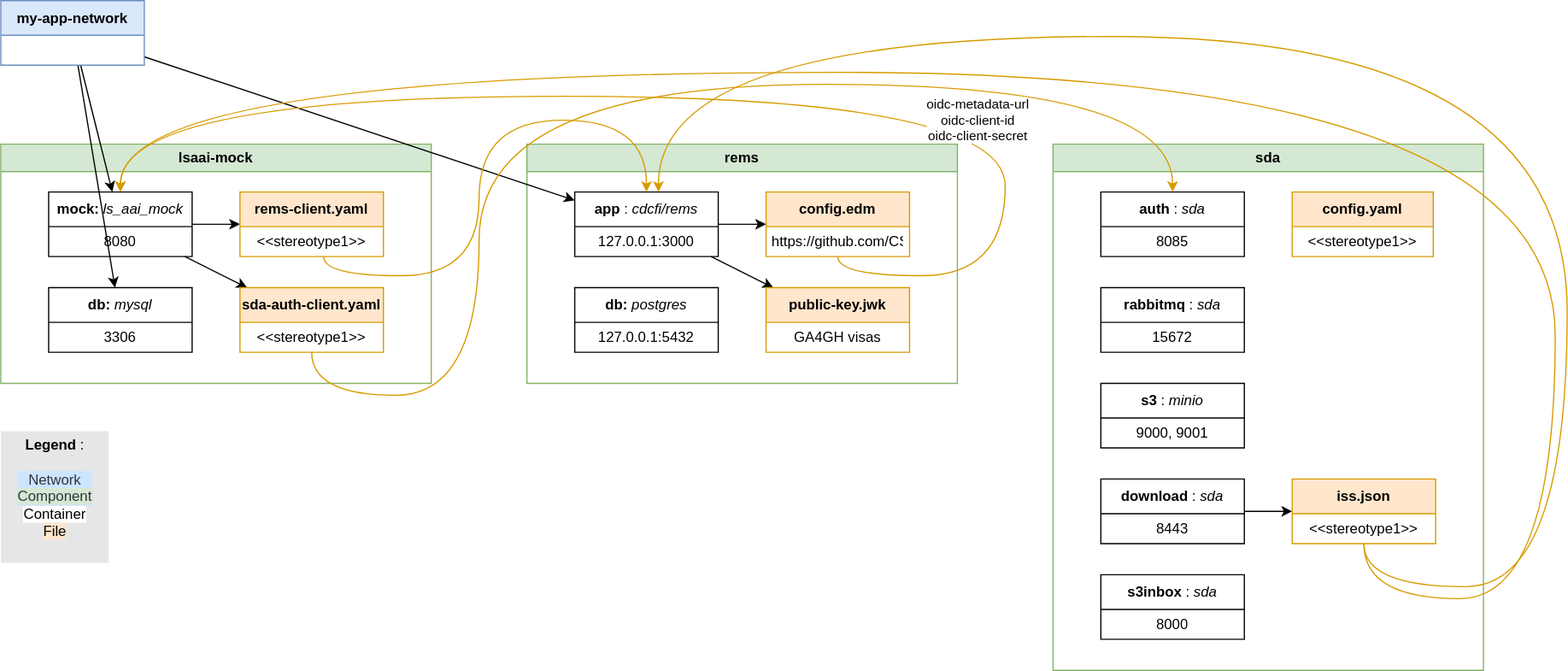
This is diagram.drawio.svg from WIFORCE/starter-kit-deployment, a draw.io export, as it was before one commit. Source tidied: cells renumbered, new cells last; positions are measured from the earlier drawing's top-left corner, leaving out a move shared by most shapes. Its diagram source:
```xml
<mxGraphModel>
  <root>
    <mxCell id="0" />
    <mxCell id="1" parent="0" />
    <mxCell id="2" value="rems" style="swimlane;whiteSpace=wrap;html=1;fillColor=#d5e8d4;strokeColor=#82b366;" parent="1" vertex="1">
      <mxGeometry x="440" y="120" width="360" height="200" as="geometry" />
    </mxCell>
    <mxCell id="3" style="edgeStyle=none;html=1;" parent="2" edge="1" source="5" target="9">
      <mxGeometry relative="1" as="geometry" />
    </mxCell>
    <mxCell id="4" style="edgeStyle=none;html=1;" parent="2" edge="1" source="5" target="11">
      <mxGeometry relative="1" as="geometry" />
    </mxCell>
    <mxCell id="5" value="app&lt;span style=&quot;font-weight: 400;&quot;&gt;: &lt;i&gt;cdcfi/rems&lt;/i&gt;&lt;/span&gt;" style="swimlane;fontStyle=1;align=center;verticalAlign=middle;horizontal=1;startSize=29;html=1;whiteSpace=wrap;" parent="2" vertex="1">
      <mxGeometry x="40" y="40" width="120" height="54" as="geometry" />
    </mxCell>
    <mxCell id="6" value="127.0.0.1:3000" style="text;html=1;strokeColor=none;fillColor=none;align=center;verticalAlign=middle;spacingLeft=4;spacingRight=4;overflow=hidden;whiteSpace=wrap;" parent="5" vertex="1">
      <mxGeometry y="29" width="120" height="25" as="geometry" />
    </mxCell>
    <mxCell id="7" value="db: &lt;span style=&quot;font-weight: normal;&quot;&gt;&lt;i&gt;postgres&lt;/i&gt;&lt;/span&gt;" style="swimlane;fontStyle=1;align=center;verticalAlign=middle;horizontal=1;startSize=29;html=1;whiteSpace=wrap;" parent="2" vertex="1">
      <mxGeometry x="40" y="120" width="120" height="54" as="geometry" />
    </mxCell>
    <mxCell id="8" value="127.0.0.1:5432" style="text;html=1;strokeColor=none;fillColor=none;align=center;verticalAlign=middle;spacingLeft=4;spacingRight=4;overflow=hidden;whiteSpace=wrap;" parent="7" vertex="1">
      <mxGeometry y="29" width="120" height="25" as="geometry" />
    </mxCell>
    <mxCell id="9" value="config.edm" style="swimlane;fontStyle=1;align=center;verticalAlign=middle;horizontal=1;startSize=29;html=1;whiteSpace=wrap;fillColor=#ffe6cc;strokeColor=#d79b00;" parent="2" vertex="1">
      <mxGeometry x="200" y="40" width="120" height="54" as="geometry" />
    </mxCell>
    <mxCell id="10" value="https://github.com/CSCfi/rems/blob/master/docs/configuration.md" style="text;html=1;strokeColor=none;fillColor=none;align=center;verticalAlign=middle;spacingLeft=4;spacingRight=4;overflow=hidden;whiteSpace=wrap;" parent="9" vertex="1">
      <mxGeometry y="29" width="120" height="25" as="geometry" />
    </mxCell>
    <mxCell id="11" value="public-key.jwk" style="swimlane;fontStyle=1;align=center;verticalAlign=middle;horizontal=1;startSize=29;html=1;whiteSpace=wrap;fillColor=#ffe6cc;strokeColor=#d79b00;" parent="2" vertex="1">
      <mxGeometry x="200" y="120" width="120" height="54" as="geometry" />
    </mxCell>
    <mxCell id="12" value="GA4GH visas" style="text;html=1;strokeColor=none;fillColor=none;align=center;verticalAlign=middle;spacingLeft=4;spacingRight=4;overflow=hidden;whiteSpace=wrap;" parent="11" vertex="1">
      <mxGeometry y="29" width="120" height="25" as="geometry" />
    </mxCell>
    <mxCell id="13" value="sda" style="swimlane;whiteSpace=wrap;html=1;startSize=23;fillColor=#d5e8d4;strokeColor=#82b366;" parent="1" vertex="1">
      <mxGeometry x="880" y="120" width="360" height="440" as="geometry" />
    </mxCell>
    <mxCell id="14" value="auth&lt;span style=&quot;font-weight: 400;&quot;&gt;: &lt;i&gt;sda&lt;/i&gt;&lt;/span&gt;" style="swimlane;fontStyle=1;align=center;verticalAlign=middle;horizontal=1;startSize=29;html=1;whiteSpace=wrap;" parent="13" vertex="1">
      <mxGeometry x="40" y="40" width="120" height="54" as="geometry" />
    </mxCell>
    <mxCell id="15" value="8085" style="text;html=1;strokeColor=none;fillColor=none;align=center;verticalAlign=middle;spacingLeft=4;spacingRight=4;overflow=hidden;whiteSpace=wrap;" parent="14" vertex="1">
      <mxGeometry y="29" width="120" height="25" as="geometry" />
    </mxCell>
    <mxCell id="16" value="rabbitmq&lt;span style=&quot;font-weight: 400;&quot;&gt;: &lt;i&gt;sda&lt;/i&gt;&lt;/span&gt;" style="swimlane;fontStyle=1;align=center;verticalAlign=middle;horizontal=1;startSize=29;html=1;whiteSpace=wrap;" parent="13" vertex="1">
      <mxGeometry x="40" y="120" width="120" height="54" as="geometry" />
    </mxCell>
    <mxCell id="17" value="15672" style="text;html=1;strokeColor=none;fillColor=none;align=center;verticalAlign=middle;spacingLeft=4;spacingRight=4;overflow=hidden;whiteSpace=wrap;" parent="16" vertex="1">
      <mxGeometry y="29" width="120" height="25" as="geometry" />
    </mxCell>
    <mxCell id="18" value="s3&lt;span style=&quot;font-weight: 400;&quot;&gt;: &lt;i&gt;minio&lt;/i&gt;&lt;/span&gt;" style="swimlane;fontStyle=1;align=center;verticalAlign=middle;horizontal=1;startSize=29;html=1;whiteSpace=wrap;" parent="13" vertex="1">
      <mxGeometry x="40" y="200" width="120" height="54" as="geometry" />
    </mxCell>
    <mxCell id="19" value="9000, 9001" style="text;html=1;strokeColor=none;fillColor=none;align=center;verticalAlign=middle;spacingLeft=4;spacingRight=4;overflow=hidden;whiteSpace=wrap;" parent="18" vertex="1">
      <mxGeometry y="29" width="120" height="25" as="geometry" />
    </mxCell>
    <mxCell id="20" style="edgeStyle=none;html=1;" parent="13" edge="1" source="21" target="27">
      <mxGeometry relative="1" as="geometry" />
    </mxCell>
    <mxCell id="21" value="download&lt;span style=&quot;font-weight: 400;&quot;&gt;: &lt;i&gt;sda&lt;/i&gt;&lt;/span&gt;" style="swimlane;fontStyle=1;align=center;verticalAlign=middle;horizontal=1;startSize=29;html=1;whiteSpace=wrap;" parent="13" vertex="1">
      <mxGeometry x="40" y="280" width="120" height="54" as="geometry" />
    </mxCell>
    <mxCell id="22" value="8443" style="text;html=1;strokeColor=none;fillColor=none;align=center;verticalAlign=middle;spacingLeft=4;spacingRight=4;overflow=hidden;whiteSpace=wrap;" parent="21" vertex="1">
      <mxGeometry y="29" width="120" height="25" as="geometry" />
    </mxCell>
    <mxCell id="23" value="s3inbox&lt;span style=&quot;font-weight: 400;&quot;&gt;: &lt;i&gt;sda&lt;/i&gt;&lt;/span&gt;" style="swimlane;fontStyle=1;align=center;verticalAlign=middle;horizontal=1;startSize=29;html=1;whiteSpace=wrap;" parent="13" vertex="1">
      <mxGeometry x="40" y="360" width="120" height="54" as="geometry" />
    </mxCell>
    <mxCell id="24" value="8000" style="text;html=1;strokeColor=none;fillColor=none;align=center;verticalAlign=middle;spacingLeft=4;spacingRight=4;overflow=hidden;whiteSpace=wrap;" parent="23" vertex="1">
      <mxGeometry y="29" width="120" height="25" as="geometry" />
    </mxCell>
    <mxCell id="25" value="config.yaml" style="swimlane;fontStyle=1;align=center;verticalAlign=middle;horizontal=1;startSize=29;html=1;whiteSpace=wrap;fillColor=#ffe6cc;strokeColor=#d79b00;" parent="13" vertex="1">
      <mxGeometry x="200" y="40" width="118" height="54" as="geometry" />
    </mxCell>
    <mxCell id="26" value="&amp;lt;&amp;lt;stereotype1&amp;gt;&amp;gt;" style="text;html=1;strokeColor=none;fillColor=none;align=center;verticalAlign=middle;spacingLeft=4;spacingRight=4;overflow=hidden;whiteSpace=wrap;" parent="25" vertex="1">
      <mxGeometry y="29" width="118" height="25" as="geometry" />
    </mxCell>
    <mxCell id="27" value="iss.json" style="swimlane;fontStyle=1;align=center;verticalAlign=middle;horizontal=1;startSize=29;html=1;whiteSpace=wrap;fillColor=#ffe6cc;strokeColor=#d79b00;" parent="13" vertex="1">
      <mxGeometry x="200" y="280" width="120" height="54" as="geometry" />
    </mxCell>
    <mxCell id="28" value="&amp;lt;&amp;lt;stereotype1&amp;gt;&amp;gt;" style="text;html=1;strokeColor=none;fillColor=none;align=center;verticalAlign=middle;spacingLeft=4;spacingRight=4;overflow=hidden;whiteSpace=wrap;" parent="27" vertex="1">
      <mxGeometry y="29" width="120" height="25" as="geometry" />
    </mxCell>
    <mxCell id="29" value="lsaai-mock" style="swimlane;whiteSpace=wrap;html=1;startSize=23;fillColor=#d5e8d4;strokeColor=#82b366;" parent="1" vertex="1">
      <mxGeometry y="120" width="360" height="200" as="geometry" />
    </mxCell>
    <mxCell id="30" style="edgeStyle=none;html=1;" parent="29" edge="1" source="32" target="36">
      <mxGeometry relative="1" as="geometry" />
    </mxCell>
    <mxCell id="31" style="edgeStyle=none;html=1;" parent="29" edge="1" source="32" target="38">
      <mxGeometry relative="1" as="geometry" />
    </mxCell>
    <mxCell id="32" value="mock: &lt;span style=&quot;font-weight: normal;&quot;&gt;&lt;i&gt;ls_aai_mock&lt;/i&gt;&lt;/span&gt;" style="swimlane;fontStyle=1;align=center;verticalAlign=middle;horizontal=1;startSize=29;html=1;whiteSpace=wrap;" parent="29" vertex="1">
      <mxGeometry x="40" y="40" width="120" height="54" as="geometry" />
    </mxCell>
    <mxCell id="33" value="8080" style="text;html=1;strokeColor=none;fillColor=none;align=center;verticalAlign=middle;spacingLeft=4;spacingRight=4;overflow=hidden;whiteSpace=wrap;" parent="32" vertex="1">
      <mxGeometry y="29" width="120" height="25" as="geometry" />
    </mxCell>
    <mxCell id="34" value="db: &lt;span style=&quot;font-weight: normal;&quot;&gt;&lt;i&gt;mysql&lt;/i&gt;&lt;/span&gt;" style="swimlane;fontStyle=1;align=center;verticalAlign=middle;horizontal=1;startSize=29;html=1;whiteSpace=wrap;" parent="29" vertex="1">
      <mxGeometry x="40" y="120" width="120" height="54" as="geometry" />
    </mxCell>
    <mxCell id="35" value="3306" style="text;html=1;strokeColor=none;fillColor=none;align=center;verticalAlign=middle;spacingLeft=4;spacingRight=4;overflow=hidden;whiteSpace=wrap;" parent="34" vertex="1">
      <mxGeometry y="29" width="120" height="25" as="geometry" />
    </mxCell>
    <mxCell id="36" value="rems-client.yaml" style="swimlane;fontStyle=1;align=center;verticalAlign=middle;horizontal=1;startSize=29;html=1;whiteSpace=wrap;fillColor=#ffe6cc;strokeColor=#d79b00;" parent="29" vertex="1">
      <mxGeometry x="200" y="40" width="120" height="54" as="geometry" />
    </mxCell>
    <mxCell id="37" value="&amp;lt;&amp;lt;stereotype1&amp;gt;&amp;gt;" style="text;html=1;strokeColor=none;fillColor=none;align=center;verticalAlign=middle;spacingLeft=4;spacingRight=4;overflow=hidden;whiteSpace=wrap;" parent="36" vertex="1">
      <mxGeometry y="29" width="120" height="25" as="geometry" />
    </mxCell>
    <mxCell id="38" value="sda-auth-client.yaml" style="swimlane;fontStyle=1;align=center;verticalAlign=middle;horizontal=1;startSize=29;html=1;whiteSpace=wrap;fillColor=#ffe6cc;strokeColor=#d79b00;" parent="29" vertex="1">
      <mxGeometry x="200" y="120" width="120" height="54" as="geometry" />
    </mxCell>
    <mxCell id="39" value="&amp;lt;&amp;lt;stereotype1&amp;gt;&amp;gt;" style="text;html=1;strokeColor=none;fillColor=none;align=center;verticalAlign=middle;spacingLeft=4;spacingRight=4;overflow=hidden;whiteSpace=wrap;" parent="38" vertex="1">
      <mxGeometry y="29" width="120" height="25" as="geometry" />
    </mxCell>
    <mxCell id="40" style="edgeStyle=none;html=1;" parent="1" edge="1" source="43" target="5">
      <mxGeometry relative="1" as="geometry" />
    </mxCell>
    <mxCell id="41" style="edgeStyle=none;html=1;" parent="1" edge="1" source="43" target="32">
      <mxGeometry relative="1" as="geometry" />
    </mxCell>
    <mxCell id="42" style="edgeStyle=none;html=1;" parent="1" edge="1" source="43" target="34">
      <mxGeometry relative="1" as="geometry" />
    </mxCell>
    <mxCell id="43" value="my-app-network" style="swimlane;fontStyle=1;align=center;verticalAlign=middle;horizontal=1;startSize=29;html=1;whiteSpace=wrap;fillColor=#dae8fc;strokeColor=#6c8ebf;" parent="1" vertex="1">
      <mxGeometry width="120" height="54" as="geometry" />
    </mxCell>
    <mxCell id="44" style="edgeStyle=orthogonalEdgeStyle;html=1;curved=1;fillColor=#ffe6cc;strokeColor=#d79b00;" parent="1" edge="1" source="36" target="5">
      <mxGeometry relative="1" as="geometry">
        <Array as="points">
          <mxPoint x="270" y="230" />
          <mxPoint x="400" y="230" />
          <mxPoint x="400" y="100" />
          <mxPoint x="540" y="100" />
        </Array>
      </mxGeometry>
    </mxCell>
    <mxCell id="45" style="edgeStyle=orthogonalEdgeStyle;html=1;curved=1;fillColor=#ffe6cc;strokeColor=#d79b00;" parent="1" edge="1" source="9" target="32">
      <mxGeometry relative="1" as="geometry">
        <Array as="points">
          <mxPoint x="700" y="230" />
          <mxPoint x="840" y="230" />
          <mxPoint x="840" y="80" />
          <mxPoint x="100" y="80" />
        </Array>
      </mxGeometry>
    </mxCell>
    <mxCell id="46" value="oidc-metadata-url&lt;div&gt;oidc-client-id&lt;/div&gt;&lt;div&gt;oidc-client-secret&lt;/div&gt;" style="edgeLabel;html=1;align=center;verticalAlign=middle;" parent="45" vertex="1">
      <mxGeometry x="-0.4" y="-5" relative="1" as="geometry">
        <mxPoint x="5" y="24" as="offset" />
      </mxGeometry>
    </mxCell>
    <mxCell id="47" style="edgeStyle=orthogonalEdgeStyle;html=1;curved=1;fillColor=#ffe6cc;strokeColor=#d79b00;" parent="1" edge="1" source="38" target="14">
      <mxGeometry relative="1" as="geometry">
        <Array as="points">
          <mxPoint x="260" y="330" />
          <mxPoint x="400" y="330" />
          <mxPoint x="400" y="70" />
          <mxPoint x="980" y="70" />
        </Array>
      </mxGeometry>
    </mxCell>
    <mxCell id="48" style="edgeStyle=orthogonalEdgeStyle;html=1;curved=1;fillColor=#ffe6cc;strokeColor=#d79b00;" parent="1" edge="1" source="27" target="5">
      <mxGeometry relative="1" as="geometry">
        <Array as="points">
          <mxPoint x="1140" y="490" />
          <mxPoint x="1310" y="490" />
          <mxPoint x="1310" y="30" />
          <mxPoint x="550" y="30" />
        </Array>
      </mxGeometry>
    </mxCell>
    <mxCell id="49" style="edgeStyle=orthogonalEdgeStyle;html=1;curved=1;fillColor=#ffe6cc;strokeColor=#d79b00;" parent="1" edge="1" source="27" target="32">
      <mxGeometry relative="1" as="geometry">
        <Array as="points">
          <mxPoint x="1140" y="500" />
          <mxPoint x="1300" y="500" />
          <mxPoint x="1300" y="60" />
          <mxPoint x="100" y="60" />
        </Array>
      </mxGeometry>
    </mxCell>
    <mxCell id="50" value="&lt;div style=&quot;&quot;&gt;&lt;b style=&quot;background-color: transparent;&quot;&gt;Legend&lt;/b&gt;:&lt;/div&gt;&lt;div&gt;&lt;div style=&quot;&quot;&gt;&lt;br&gt;&lt;/div&gt;&lt;font style=&quot;color: light-dark(rgb(49, 51, 63), rgb(237, 237, 237));&quot;&gt;&lt;div style=&quot;background-color: light-dark(rgb(204, 229, 255), rgb(24, 46, 68));&quot;&gt;&lt;span style=&quot;background-color: light-dark(rgb(204, 229, 255), rgb(24, 46, 68));&quot;&gt;Network&lt;/span&gt;&lt;/div&gt;&lt;div style=&quot;background-color: light-dark(rgb(204, 229, 255), rgb(24, 46, 68));&quot;&gt;&lt;span style=&quot;background-color: light-dark(rgb(214, 232, 212), rgb(24, 46, 68));&quot;&gt;Component&lt;/span&gt;&lt;/div&gt;&lt;/font&gt;&lt;/div&gt;&lt;div style=&quot;&quot;&gt;&lt;font style=&quot;color: rgb(0, 0, 0); background-color: light-dark(#ffffff, var(--ge-dark-color, #121212));&quot;&gt;Container&lt;/font&gt;&lt;/div&gt;&lt;div style=&quot;&quot;&gt;&lt;span style=&quot;background-color: rgb(255, 230, 204);&quot;&gt;File&lt;/span&gt;&lt;/div&gt;&lt;div style=&quot;&quot;&gt;&lt;br&gt;&lt;/div&gt;" style="text;html=1;align=center;verticalAlign=middle;strokeColor=none;fillColor=#E6E6E6;" parent="1" vertex="1">
      <mxGeometry y="360" width="90" height="110" as="geometry" />
    </mxCell>
  </root>
</mxGraphModel>
```
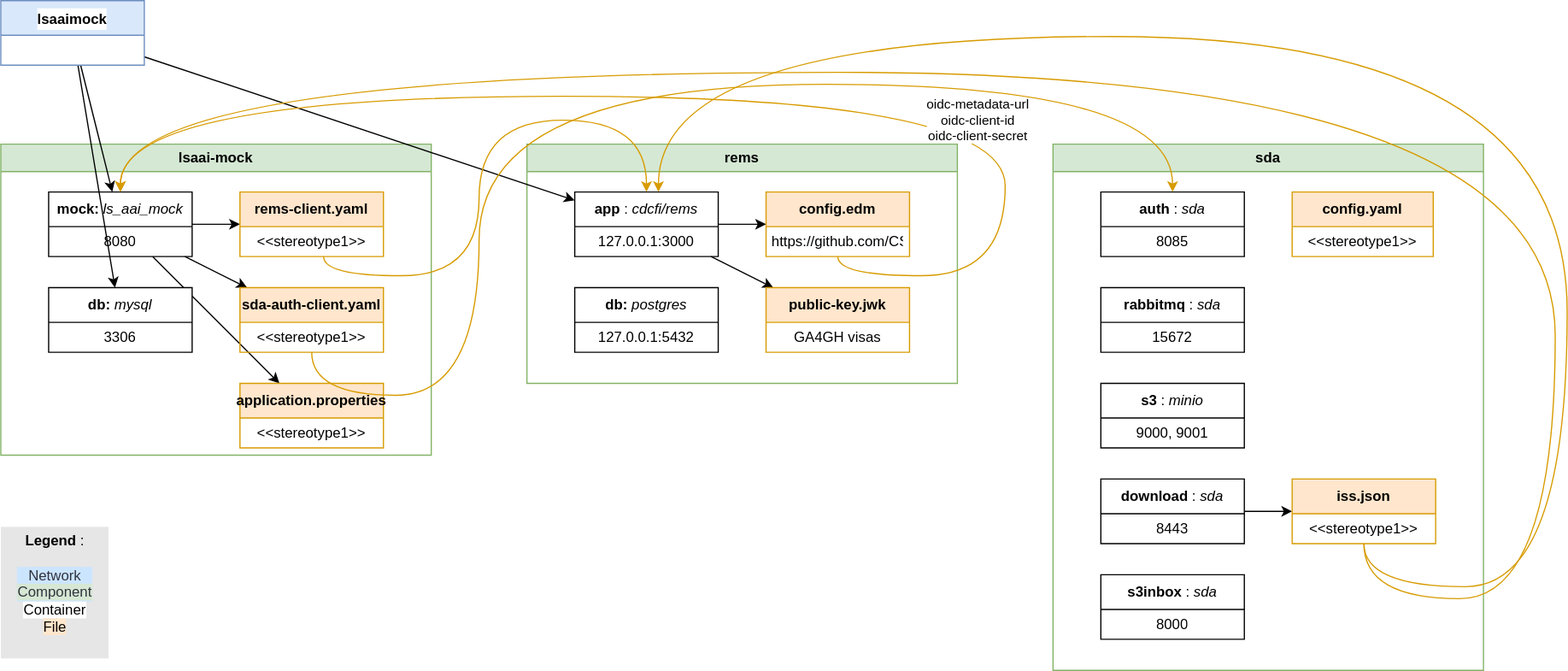
Later version of the same file.

The edit, as a diff of the source:
```diff
@@ -84,7 +84,7 @@
       <mxGeometry y="29" width="120" height="25" as="geometry" />
     </mxCell>
     <mxCell id="29" value="lsaai-mock" style="swimlane;whiteSpace=wrap;html=1;startSize=23;fillColor=#d5e8d4;strokeColor=#82b366;" parent="1" vertex="1">
-      <mxGeometry y="120" width="360" height="200" as="geometry" />
+      <mxGeometry y="120" width="360" height="260" as="geometry" />
     </mxCell>
     <mxCell id="30" style="edgeStyle=none;html=1;" parent="29" edge="1" source="32" target="36">
       <mxGeometry relative="1" as="geometry" />
@@ -92,6 +92,9 @@
     <mxCell id="31" style="edgeStyle=none;html=1;" parent="29" edge="1" source="32" target="38">
       <mxGeometry relative="1" as="geometry" />
     </mxCell>
+    <mxCell id="51" style="edgeStyle=none;html=1;" parent="29" edge="1" source="32" target="52">
+      <mxGeometry relative="1" as="geometry" />
+    </mxCell>
     <mxCell id="32" value="mock: &lt;span style=&quot;font-weight: normal;&quot;&gt;&lt;i&gt;ls_aai_mock&lt;/i&gt;&lt;/span&gt;" style="swimlane;fontStyle=1;align=center;verticalAlign=middle;horizontal=1;startSize=29;html=1;whiteSpace=wrap;" parent="29" vertex="1">
       <mxGeometry x="40" y="40" width="120" height="54" as="geometry" />
     </mxCell>
@@ -116,6 +119,12 @@
     <mxCell id="39" value="&amp;lt;&amp;lt;stereotype1&amp;gt;&amp;gt;" style="text;html=1;strokeColor=none;fillColor=none;align=center;verticalAlign=middle;spacingLeft=4;spacingRight=4;overflow=hidden;whiteSpace=wrap;" parent="38" vertex="1">
       <mxGeometry y="29" width="120" height="25" as="geometry" />
     </mxCell>
+    <mxCell id="52" value="application.properties" style="swimlane;fontStyle=1;align=center;verticalAlign=middle;horizontal=1;startSize=29;html=1;whiteSpace=wrap;fillColor=#ffe6cc;strokeColor=#d79b00;" parent="29" vertex="1">
+      <mxGeometry x="200" y="200" width="120" height="54" as="geometry" />
+    </mxCell>
+    <mxCell id="53" value="&amp;lt;&amp;lt;stereotype1&amp;gt;&amp;gt;" style="text;html=1;strokeColor=none;fillColor=none;align=center;verticalAlign=middle;spacingLeft=4;spacingRight=4;overflow=hidden;whiteSpace=wrap;" parent="52" vertex="1">
+      <mxGeometry y="29" width="120" height="25" as="geometry" />
+    </mxCell>
     <mxCell id="40" style="edgeStyle=none;html=1;" parent="1" edge="1" source="43" target="5">
       <mxGeometry relative="1" as="geometry" />
     </mxCell>
@@ -125,7 +134,7 @@
     <mxCell id="42" style="edgeStyle=none;html=1;" parent="1" edge="1" source="43" target="34">
       <mxGeometry relative="1" as="geometry" />
     </mxCell>
-    <mxCell id="43" value="my-app-network" style="swimlane;fontStyle=1;align=center;verticalAlign=middle;horizontal=1;startSize=29;html=1;whiteSpace=wrap;fillColor=#dae8fc;strokeColor=#6c8ebf;" parent="1" vertex="1">
+    <mxCell id="43" value="&lt;div style=&quot;background-color: rgb(255, 255, 255); line-height: 18px;&quot;&gt;&lt;span&gt;lsaaimock&lt;/span&gt;&lt;/div&gt;" style="swimlane;fontStyle=1;align=center;verticalAlign=middle;horizontal=1;startSize=29;html=1;whiteSpace=wrap;fillColor=#dae8fc;strokeColor=#6c8ebf;" parent="1" vertex="1">
       <mxGeometry width="120" height="54" as="geometry" />
     </mxCell>
     <mxCell id="44" style="edgeStyle=orthogonalEdgeStyle;html=1;curved=1;fillColor=#ffe6cc;strokeColor=#d79b00;" parent="1" edge="1" source="36" target="5">
@@ -184,7 +193,7 @@
       </mxGeometry>
     </mxCell>
     <mxCell id="50" value="&lt;div style=&quot;&quot;&gt;&lt;b style=&quot;background-color: transparent;&quot;&gt;Legend&lt;/b&gt;:&lt;/div&gt;&lt;div&gt;&lt;div style=&quot;&quot;&gt;&lt;br&gt;&lt;/div&gt;&lt;font style=&quot;color: light-dark(rgb(49, 51, 63), rgb(237, 237, 237));&quot;&gt;&lt;div style=&quot;background-color: light-dark(rgb(204, 229, 255), rgb(24, 46, 68));&quot;&gt;&lt;span style=&quot;background-color: light-dark(rgb(204, 229, 255), rgb(24, 46, 68));&quot;&gt;Network&lt;/span&gt;&lt;/div&gt;&lt;div style=&quot;background-color: light-dark(rgb(204, 229, 255), rgb(24, 46, 68));&quot;&gt;&lt;span style=&quot;background-color: light-dark(rgb(214, 232, 212), rgb(24, 46, 68));&quot;&gt;Component&lt;/span&gt;&lt;/div&gt;&lt;/font&gt;&lt;/div&gt;&lt;div style=&quot;&quot;&gt;&lt;font style=&quot;color: rgb(0, 0, 0); background-color: light-dark(#ffffff, var(--ge-dark-color, #121212));&quot;&gt;Container&lt;/font&gt;&lt;/div&gt;&lt;div style=&quot;&quot;&gt;&lt;span style=&quot;background-color: rgb(255, 230, 204);&quot;&gt;File&lt;/span&gt;&lt;/div&gt;&lt;div style=&quot;&quot;&gt;&lt;br&gt;&lt;/div&gt;" style="text;html=1;align=center;verticalAlign=middle;strokeColor=none;fillColor=#E6E6E6;" parent="1" vertex="1">
-      <mxGeometry y="360" width="90" height="110" as="geometry" />
+      <mxGeometry y="440" width="90" height="110" as="geometry" />
     </mxCell>
   </root>
 </mxGraphModel>
```
